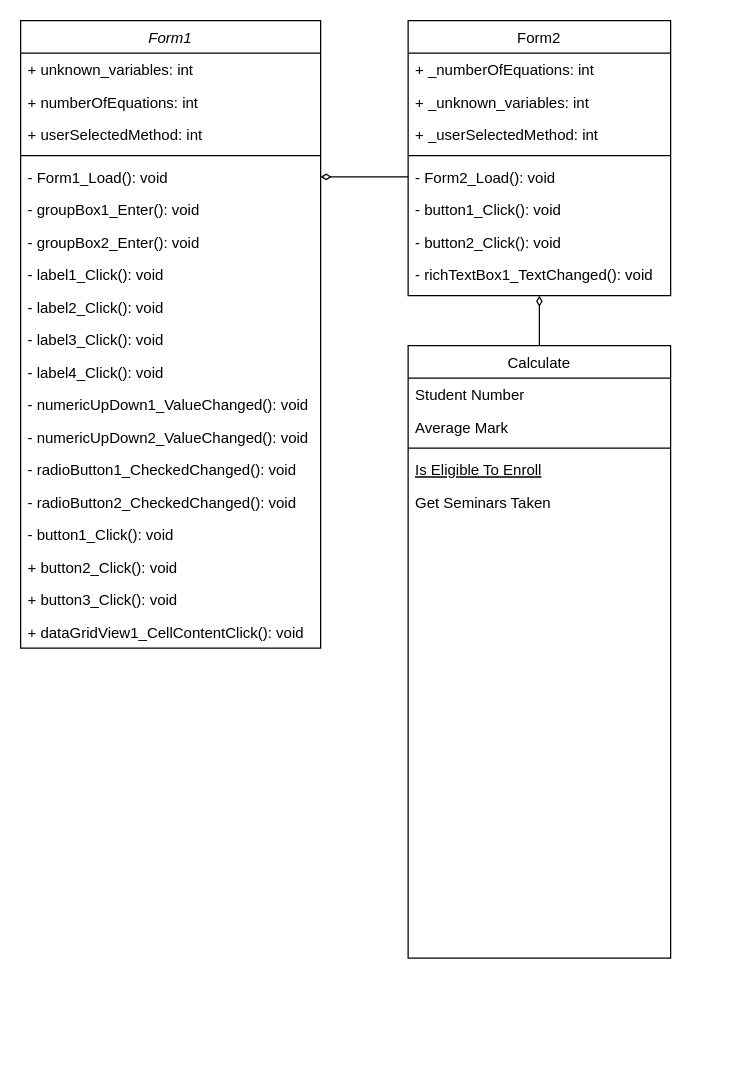
lyudmilareshetyuk/practice-system-Gauss keeps this draw.io diagram as Диаграмма без названия.drawio. Above is the earlier version. Source tidied: cells renumbered, new cells numbered last; positions are measured from the earlier drawing's top-left corner, leaving out a move shared by most shapes. Both pictures are drawn from the tidied source at 125%, with x=0, y=0 at pixel (20, 20).
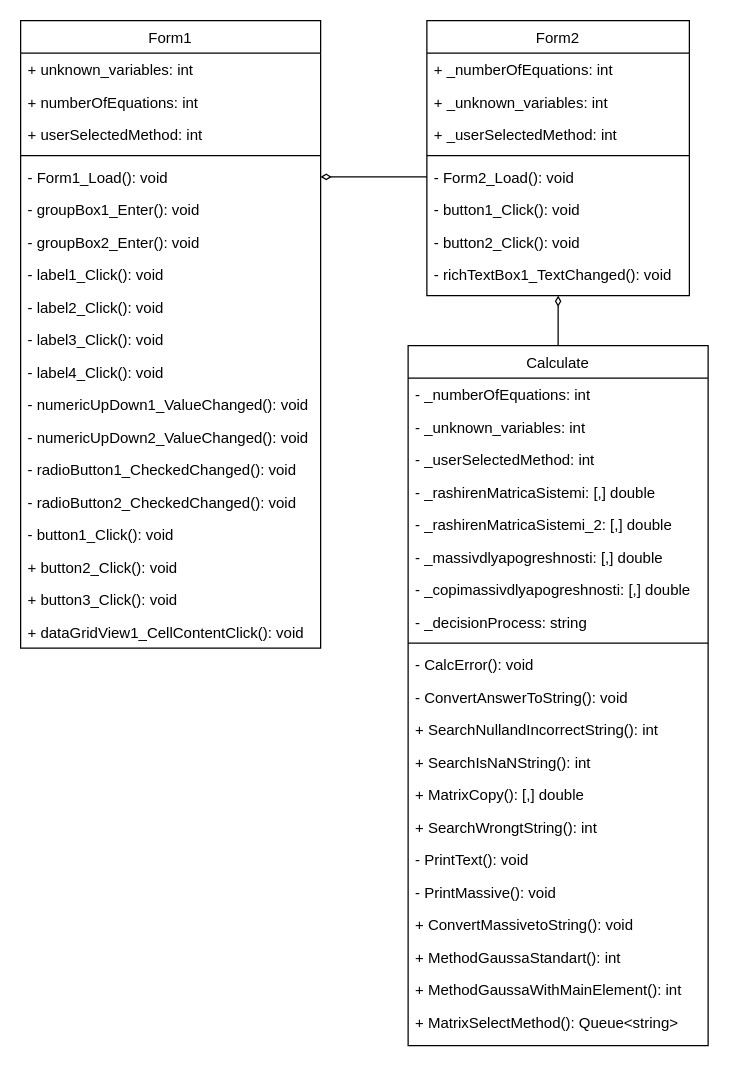
After the change.

What changed in the source:
```diff
@@
-    <mxCell id="2" value="Form1" style="swimlane;fontStyle=2;align=center;verticalAlign=top;horizontal=1;startSize=26;rounded=0;shadow=0;strokeWidth=1;" parent="1" vertex="1">
+    <mxCell id="2" value="Form1" style="swimlane;fontStyle=0;align=center;verticalAlign=top;horizontal=1;startSize=26;rounded=0;shadow=0;strokeWidth=1;" parent="1" vertex="1">
       <mxGeometry width="240" height="502" as="geometry" />
     </mxCell>
@@
     <mxCell id="23" value="Calculate" style="swimlane;fontStyle=0;align=center;verticalAlign=top;horizontal=1;startSize=26;rounded=0;shadow=0;strokeWidth=1;" parent="1" vertex="1">
-      <mxGeometry x="310" y="260" width="210" height="490" as="geometry" />
+      <mxGeometry x="310" y="260" width="240" height="560" as="geometry" />
     </mxCell>
-    <mxCell id="24" value="Student Number" style="text;align=left;verticalAlign=top;spacingLeft=4;spacingRight=4;overflow=hidden;" parent="23" vertex="1">
-      <mxGeometry y="26" width="210" height="26" as="geometry" />
+    <mxCell id="24" value="- _numberOfEquations: int" style="text;align=left;verticalAlign=top;spacingLeft=4;spacingRight=4;overflow=hidden;" parent="23" vertex="1">
+      <mxGeometry y="26" width="240" height="26" as="geometry" />
     </mxCell>
-    <mxCell id="25" value="Average Mark" style="text;align=left;verticalAlign=top;spacingLeft=4;spacingRight=4;overflow=hidden;rounded=0;shadow=0;html=0;" parent="23" vertex="1">
-      <mxGeometry y="52" width="210" height="26" as="geometry" />
+    <mxCell id="25" value="- _unknown_variables: int" style="text;align=left;verticalAlign=top;spacingLeft=4;spacingRight=4;overflow=hidden;rounded=0;shadow=0;html=0;" parent="23" vertex="1">
+      <mxGeometry y="52" width="240" height="26" as="geometry" />
     </mxCell>
+    <mxCell id="28" value="- _userSelectedMethod: int" style="text;align=left;verticalAlign=top;spacingLeft=4;spacingRight=4;overflow=hidden;" parent="23" vertex="1">
+      <mxGeometry y="78" width="240" height="26" as="geometry" />
+    </mxCell>
+    <mxCell id="39" value="- _rashirenMatricaSistemi: [,] double" style="text;align=left;verticalAlign=top;spacingLeft=4;spacingRight=4;overflow=hidden;" parent="23" vertex="1">
+      <mxGeometry y="104" width="240" height="26" as="geometry" />
+    </mxCell>
+    <mxCell id="40" value="- _rashirenMatricaSistemi_2: [,] double" style="text;align=left;verticalAlign=top;spacingLeft=4;spacingRight=4;overflow=hidden;" parent="23" vertex="1">
+      <mxGeometry y="130" width="240" height="26" as="geometry" />
+    </mxCell>
+    <mxCell id="41" value="- _massivdlyapogreshnosti: [,] double" style="text;align=left;verticalAlign=top;spacingLeft=4;spacingRight=4;overflow=hidden;" parent="23" vertex="1">
+      <mxGeometry y="156" width="240" height="26" as="geometry" />
+    </mxCell>
+    <mxCell id="42" value="- _copimassivdlyapogreshnosti: [,] double" style="text;align=left;verticalAlign=top;spacingLeft=4;spacingRight=4;overflow=hidden;" parent="23" vertex="1">
+      <mxGeometry y="182" width="240" height="26" as="geometry" />
+    </mxCell>
+    <mxCell id="43" value="- _decisionProcess: string" style="text;align=left;verticalAlign=top;spacingLeft=4;spacingRight=4;overflow=hidden;" parent="23" vertex="1">
+      <mxGeometry y="208" width="240" height="26" as="geometry" />
+    </mxCell>
     <mxCell id="26" style="line;html=1;strokeWidth=1;align=left;verticalAlign=middle;spacingTop=-1;spacingLeft=3;spacingRight=3;labelPosition=right;" parent="23" vertex="1">
-      <mxGeometry y="78" width="210" height="8" as="geometry" />
+      <mxGeometry y="234" width="240" height="8" as="geometry" />
     </mxCell>
-    <mxCell id="27" value="Is Eligible To Enroll" style="text;align=left;verticalAlign=top;spacingLeft=4;spacingRight=4;overflow=hidden;fontStyle=4;" parent="23" vertex="1">
-      <mxGeometry y="86" width="210" height="26" as="geometry" />
-    </mxCell>
-    <mxCell id="28" value="Get Seminars Taken" style="text;align=left;verticalAlign=top;spacingLeft=4;spacingRight=4;overflow=hidden;" parent="23" vertex="1">
-      <mxGeometry y="112" width="210" height="26" as="geometry" />
-    </mxCell>
+    <mxCell id="44" value="- CalcError(): void" style="text;align=left;verticalAlign=top;spacingLeft=4;spacingRight=4;overflow=hidden;" parent="23" vertex="1">
+      <mxGeometry y="242" width="240" height="26" as="geometry" />
+    </mxCell>
+    <mxCell id="45" value="- ConvertAnswerToString(): void" style="text;align=left;verticalAlign=top;spacingLeft=4;spacingRight=4;overflow=hidden;" parent="23" vertex="1">
+      <mxGeometry y="268" width="240" height="26" as="geometry" />
+    </mxCell>
+    <mxCell id="46" value="+ SearchNullandIncorrectString(): int" style="text;align=left;verticalAlign=top;spacingLeft=4;spacingRight=4;overflow=hidden;" parent="23" vertex="1">
+      <mxGeometry y="294" width="240" height="26" as="geometry" />
+    </mxCell>
+    <mxCell id="47" value="+ SearchIsNaNString(): int" style="text;align=left;verticalAlign=top;spacingLeft=4;spacingRight=4;overflow=hidden;" parent="23" vertex="1">
+      <mxGeometry y="320" width="240" height="26" as="geometry" />
+    </mxCell>
+    <mxCell id="48" value="+ MatrixCopy(): [,] double" style="text;align=left;verticalAlign=top;spacingLeft=4;spacingRight=4;overflow=hidden;" parent="23" vertex="1">
+      <mxGeometry y="346" width="240" height="26" as="geometry" />
+    </mxCell>
+    <mxCell id="49" value="+ SearchWrongtString(): int" style="text;align=left;verticalAlign=top;spacingLeft=4;spacingRight=4;overflow=hidden;" parent="23" vertex="1">
+      <mxGeometry y="372" width="240" height="26" as="geometry" />
+    </mxCell>
+    <mxCell id="50" value="- PrintText(): void" style="text;align=left;verticalAlign=top;spacingLeft=4;spacingRight=4;overflow=hidden;" parent="23" vertex="1">
+      <mxGeometry y="398" width="240" height="26" as="geometry" />
+    </mxCell>
+    <mxCell id="51" value="- PrintMassive(): void" style="text;align=left;verticalAlign=top;spacingLeft=4;spacingRight=4;overflow=hidden;" parent="23" vertex="1">
+      <mxGeometry y="424" width="240" height="26" as="geometry" />
+    </mxCell>
+    <mxCell id="52" value="+ ConvertMassivetoString(): void" style="text;align=left;verticalAlign=top;spacingLeft=4;spacingRight=4;overflow=hidden;" parent="23" vertex="1">
+      <mxGeometry y="450" width="240" height="26" as="geometry" />
+    </mxCell>
+    <mxCell id="53" value="+ MethodGaussaStandart(): int" style="text;align=left;verticalAlign=top;spacingLeft=4;spacingRight=4;overflow=hidden;" parent="23" vertex="1">
+      <mxGeometry y="476" width="240" height="26" as="geometry" />
+    </mxCell>
+    <mxCell id="54" value="+ MethodGaussaWithMainElement(): int" style="text;align=left;verticalAlign=top;spacingLeft=4;spacingRight=4;overflow=hidden;" parent="23" vertex="1">
+      <mxGeometry y="502" width="240" height="26" as="geometry" />
+    </mxCell>
+    <mxCell id="55" value="+ MatrixSelectMethod(): Queue&lt;string&gt;" style="text;align=left;verticalAlign=top;spacingLeft=4;spacingRight=4;overflow=hidden;" parent="23" vertex="1">
+      <mxGeometry y="528" width="240" height="26" as="geometry" />
+    </mxCell>
     <mxCell id="29" value="Form2" style="swimlane;fontStyle=0;align=center;verticalAlign=top;horizontal=1;startSize=26;rounded=0;shadow=0;strokeWidth=1;" parent="1" vertex="1">
-      <mxGeometry x="310" width="210" height="220" as="geometry" />
+      <mxGeometry x="325" width="210" height="220" as="geometry" />
     </mxCell>
```
